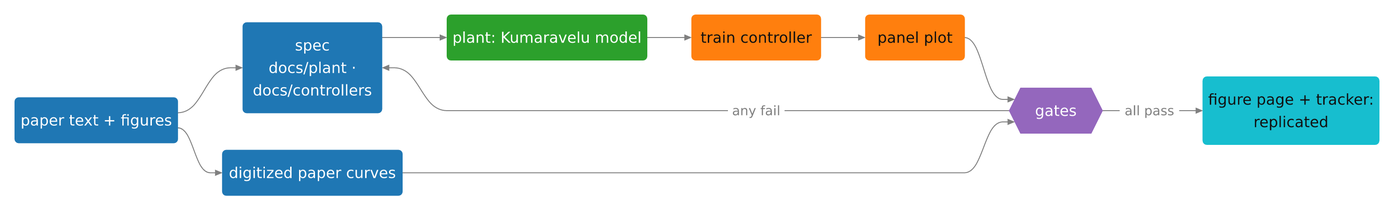
nynxlabs/rl-adaptive-dbs keeps this Mermaid diagram as docs/diagrams/pipeline.png. Above is the earlier version. Its source is kept beside it as docs/diagrams/pipeline.mmd.
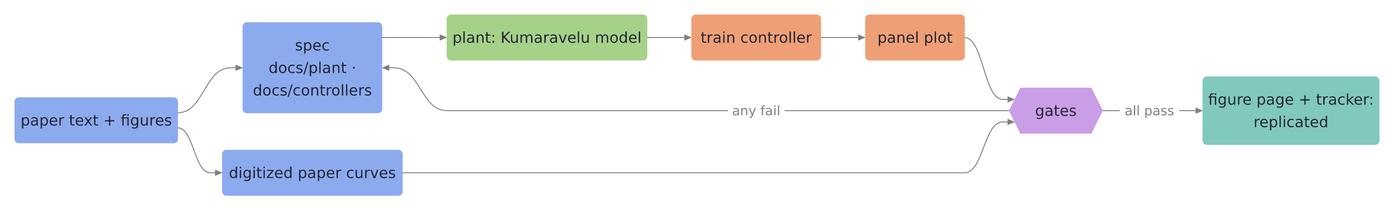
Above is the later version.

Change to the diagram source:
```diff
@@ -9,8 +9,8 @@
   G -- "all pass" --> R["figure page + tracker:<br/>replicated"]:::tracker
   G -- "any fail" --> S
 
-  classDef input fill:#1f77b4,stroke:#1f77b4,color:#ffffff
-  classDef plant fill:#2ca02c,stroke:#2ca02c,color:#ffffff
-  classDef train fill:#ff7f0e,stroke:#ff7f0e,color:#111111
-  classDef gate fill:#9467bd,stroke:#9467bd,color:#ffffff
-  classDef tracker fill:#17becf,stroke:#17becf,color:#111111
+  classDef input fill:#8caaee,stroke:#8caaee,color:#232634
+  classDef plant fill:#a6d189,stroke:#a6d189,color:#232634
+  classDef train fill:#ef9f76,stroke:#ef9f76,color:#232634
+  classDef gate fill:#ca9ee6,stroke:#ca9ee6,color:#232634
+  classDef tracker fill:#81c8be,stroke:#81c8be,color:#232634
```
